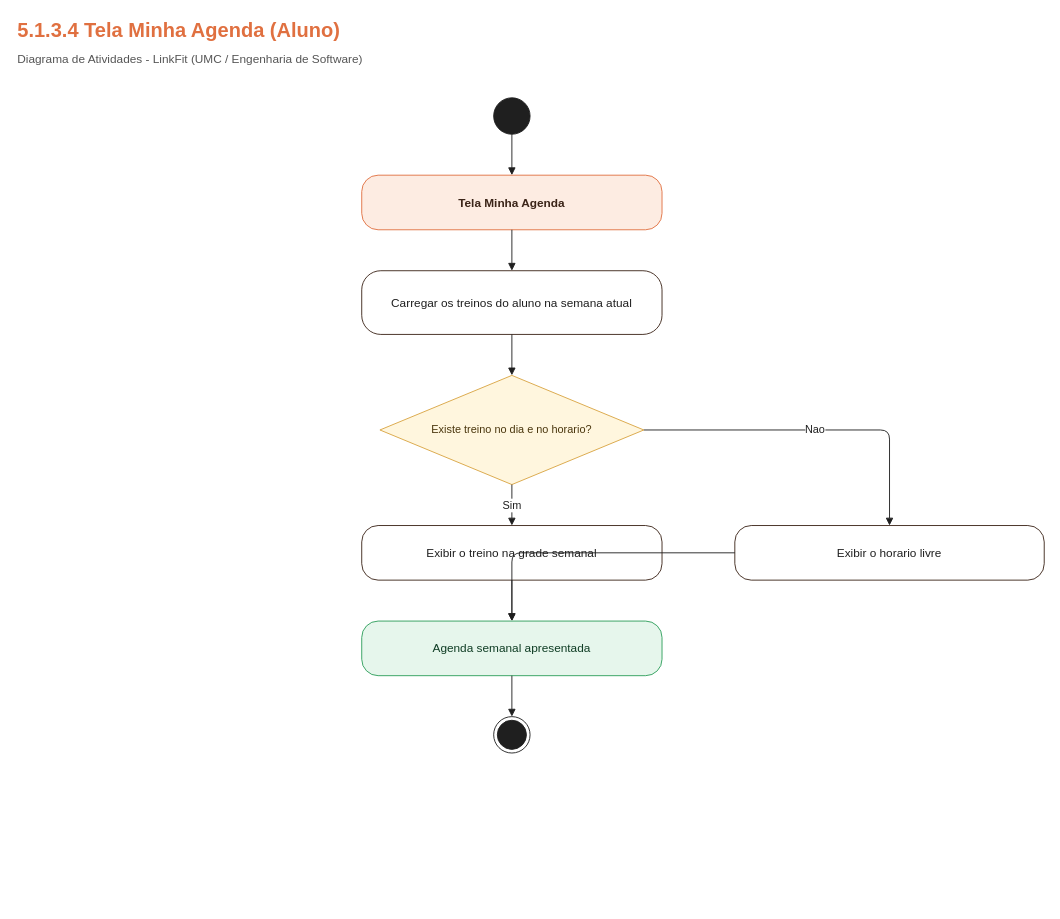
Before: page "5.1.3.4 - Tela Meus Alunos (consulta)" (5 of 10) of docs/diagramas/linkfit-diagramas.drawio in kl1nnn/LinkFit, a draw.io diagram. Source tidied: cells renumbered, new cells numbered last; positions are measured from the earlier drawing's top-left corner, leaving out a move shared by most shapes. Both pictures are drawn from the tidied source at 91%, with x=0, y=0 at pixel (15, 15).
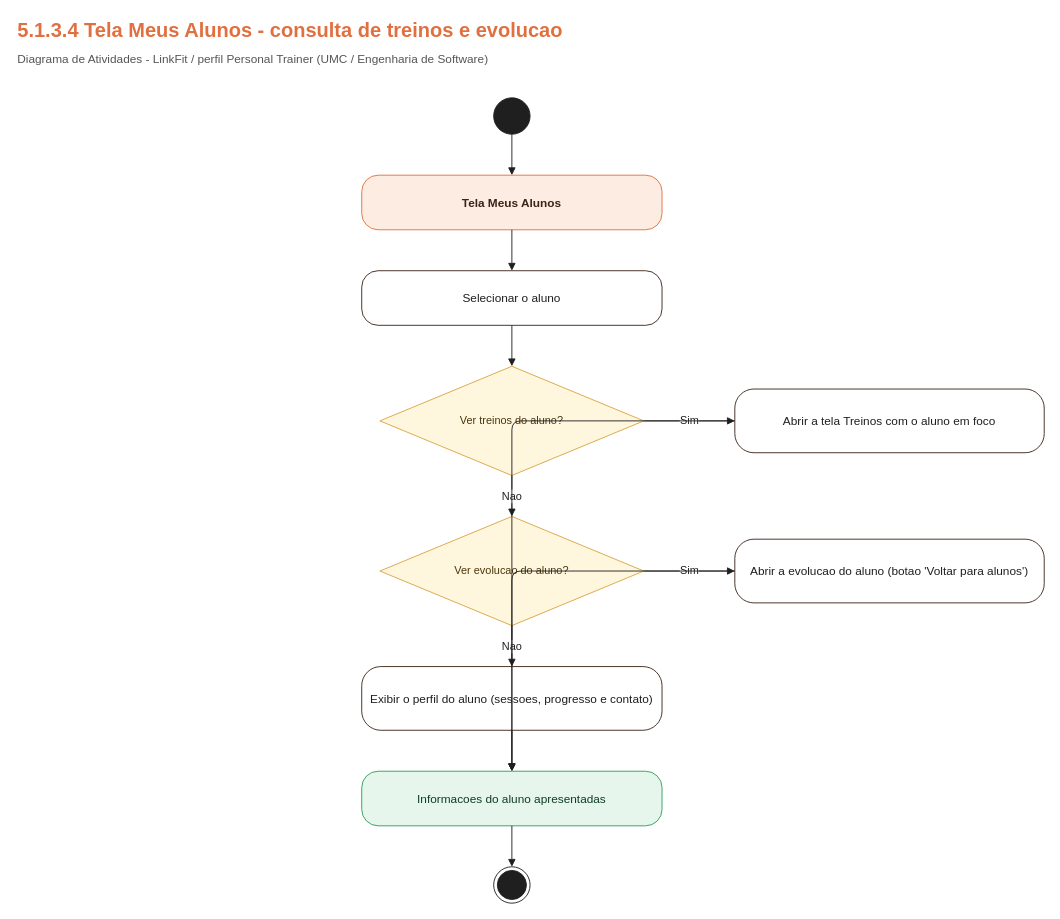
The same diagram, later.

Unchanged cells that the change refers to:
```xml
<mxCell id="4" style="ellipse;html=1;fillColor=#1F1F1F;strokeColor=#1F1F1F;" parent="1" vertex="1">
  <mxGeometry x="525" y="90" width="40" height="40" as="geometry" />
</mxCell>
```

What changed in the source:
```diff
@@
-    <mxCell id="2" value="5.1.3.4  Tela Minha Agenda (Aluno)" style="text;html=1;strokeColor=none;fillColor=none;align=left;verticalAlign=middle;fontSize=22;fontStyle=1;fontColor=#E07040;" parent="1" vertex="1">
+    <mxCell id="2" value="5.1.3.4  Tela Meus Alunos - consulta de treinos e evolucao" style="text;html=1;strokeColor=none;fillColor=none;align=left;verticalAlign=middle;fontSize=22;fontStyle=1;fontColor=#E07040;" parent="1" vertex="1">
       <mxGeometry width="900" height="34" as="geometry" />
     </mxCell>
-    <mxCell id="3" value="Diagrama de Atividades - LinkFit (UMC / Engenharia de Software)" style="text;html=1;strokeColor=none;fillColor=none;align=left;verticalAlign=middle;fontSize=13;fontColor=#555555;" parent="1" vertex="1">
+    <mxCell id="3" value="Diagrama de Atividades - LinkFit / perfil Personal Trainer (UMC / Engenharia de Software)" style="text;html=1;strokeColor=none;fillColor=none;align=left;verticalAlign=middle;fontSize=13;fontColor=#555555;" parent="1" vertex="1">
       <mxGeometry y="34" width="1000" height="26" as="geometry" />
     </mxCell>
@@
-    <mxCell id="5" value="Tela Minha Agenda" style="rounded=1;whiteSpace=wrap;html=1;arcSize=30;fontSize=13;fontStyle=1;fillColor=#FDECE2;strokeColor=#E07040;fontColor=#3B2418;" parent="1" vertex="1">
+    <mxCell id="5" value="Tela Meus Alunos" style="rounded=1;whiteSpace=wrap;html=1;arcSize=30;fontSize=13;fontStyle=1;fillColor=#FDECE2;strokeColor=#E07040;fontColor=#3B2418;" parent="1" vertex="1">
       <mxGeometry x="380" y="175" width="330" height="60" as="geometry" />
     </mxCell>
-    <mxCell id="6" value="Carregar os treinos do aluno na semana atual" style="rounded=1;whiteSpace=wrap;html=1;arcSize=30;fontSize=13;fillColor=#FFFFFF;strokeColor=#3B2418;fontColor=#1F1F1F;" parent="1" vertex="1">
-      <mxGeometry x="380" y="280" width="330" height="70" as="geometry" />
+    <mxCell id="6" value="Selecionar o aluno" style="rounded=1;whiteSpace=wrap;html=1;arcSize=30;fontSize=13;fillColor=#FFFFFF;strokeColor=#3B2418;fontColor=#1F1F1F;" parent="1" vertex="1">
+      <mxGeometry x="380" y="280" width="330" height="60" as="geometry" />
     </mxCell>
-    <mxCell id="7" value="Existe treino no dia e no horario?" style="rhombus;whiteSpace=wrap;html=1;fontSize=12;fillColor=#FFF6DE;strokeColor=#D9A441;fontColor=#4A360D;" parent="1" vertex="1">
-      <mxGeometry x="400" y="395" width="290" height="120" as="geometry" />
+    <mxCell id="7" value="Ver treinos do aluno?" style="rhombus;whiteSpace=wrap;html=1;fontSize=12;fillColor=#FFF6DE;strokeColor=#D9A441;fontColor=#4A360D;" parent="1" vertex="1">
+      <mxGeometry x="400" y="385" width="290" height="120" as="geometry" />
     </mxCell>
-    <mxCell id="8" value="Exibir o treino na grade semanal" style="rounded=1;whiteSpace=wrap;html=1;arcSize=30;fontSize=13;fillColor=#FFFFFF;strokeColor=#3B2418;fontColor=#1F1F1F;" parent="1" vertex="1">
-      <mxGeometry x="380" y="560" width="330" height="60" as="geometry" />
+    <mxCell id="8" value="Ver evolucao do aluno?" style="rhombus;whiteSpace=wrap;html=1;fontSize=12;fillColor=#FFF6DE;strokeColor=#D9A441;fontColor=#4A360D;" parent="1" vertex="1">
+      <mxGeometry x="400" y="550" width="290" height="120" as="geometry" />
     </mxCell>
-    <mxCell id="9" value="Agenda semanal apresentada" style="rounded=1;whiteSpace=wrap;html=1;arcSize=30;fontSize=13;fillColor=#E6F6EC;strokeColor=#2E9E5B;fontColor=#0F3D24;" parent="1" vertex="1">
-      <mxGeometry x="380" y="665" width="330" height="60" as="geometry" />
+    <mxCell id="9" value="Exibir o perfil do aluno (sessoes, progresso e contato)" style="rounded=1;whiteSpace=wrap;html=1;arcSize=30;fontSize=13;fillColor=#FFFFFF;strokeColor=#3B2418;fontColor=#1F1F1F;" parent="1" vertex="1">
+      <mxGeometry x="380" y="715" width="330" height="70" as="geometry" />
     </mxCell>
-    <mxCell id="10" style="ellipse;shape=endState;html=1;fillColor=#1F1F1F;strokeColor=#1F1F1F;" parent="1" vertex="1">
-      <mxGeometry x="525" y="770" width="40" height="40" as="geometry" />
+    <mxCell id="10" value="Informacoes do aluno apresentadas" style="rounded=1;whiteSpace=wrap;html=1;arcSize=30;fontSize=13;fillColor=#E6F6EC;strokeColor=#2E9E5B;fontColor=#0F3D24;" parent="1" vertex="1">
+      <mxGeometry x="380" y="830" width="330" height="60" as="geometry" />
     </mxCell>
-    <mxCell id="11" value="Exibir o horario livre" style="rounded=1;whiteSpace=wrap;html=1;arcSize=30;fontSize=13;fillColor=#FFFFFF;strokeColor=#3B2418;fontColor=#1F1F1F;" parent="1" vertex="1">
-      <mxGeometry x="790" y="560" width="340" height="60" as="geometry" />
+    <mxCell id="11" style="ellipse;shape=endState;html=1;fillColor=#1F1F1F;strokeColor=#1F1F1F;" parent="1" vertex="1">
+      <mxGeometry x="525" y="935" width="40" height="40" as="geometry" />
     </mxCell>
-    <mxCell id="12" style="edgeStyle=orthogonalEdgeStyle;rounded=1;html=1;endArrow=block;endFill=1;strokeColor=#1F1F1F;fontSize=12;fontColor=#1F1F1F;labelBackgroundColor=#FFFFFF;" parent="1" edge="1" source="4" target="5">
-      <mxGeometry relative="1" as="geometry" />
+    <mxCell id="12" value="Abrir a tela Treinos com o aluno em foco" style="rounded=1;whiteSpace=wrap;html=1;arcSize=30;fontSize=13;fillColor=#FFFFFF;strokeColor=#3B2418;fontColor=#1F1F1F;" parent="1" vertex="1">
+      <mxGeometry x="790" y="410" width="340" height="70" as="geometry" />
     </mxCell>
-    <mxCell id="13" style="edgeStyle=orthogonalEdgeStyle;rounded=1;html=1;endArrow=block;endFill=1;strokeColor=#1F1F1F;fontSize=12;fontColor=#1F1F1F;labelBackgroundColor=#FFFFFF;" parent="1" edge="1" source="5" target="6">
-      <mxGeometry relative="1" as="geometry" />
+    <mxCell id="13" value="Abrir a evolucao do aluno (botao 'Voltar para alunos')" style="rounded=1;whiteSpace=wrap;html=1;arcSize=30;fontSize=13;fillColor=#FFFFFF;strokeColor=#3B2418;fontColor=#1F1F1F;" parent="1" vertex="1">
+      <mxGeometry x="790" y="575" width="340" height="70" as="geometry" />
     </mxCell>
-    <mxCell id="14" style="edgeStyle=orthogonalEdgeStyle;rounded=1;html=1;endArrow=block;endFill=1;strokeColor=#1F1F1F;fontSize=12;fontColor=#1F1F1F;labelBackgroundColor=#FFFFFF;" parent="1" edge="1" source="6" target="7">
+    <mxCell id="14" style="edgeStyle=orthogonalEdgeStyle;rounded=1;html=1;endArrow=block;endFill=1;strokeColor=#1F1F1F;fontSize=12;fontColor=#1F1F1F;labelBackgroundColor=#FFFFFF;" parent="1" edge="1" source="4" target="5">
       <mxGeometry relative="1" as="geometry" />
     </mxCell>
-    <mxCell id="15" value="Sim" style="edgeStyle=orthogonalEdgeStyle;rounded=1;html=1;endArrow=block;endFill=1;strokeColor=#1F1F1F;fontSize=12;fontColor=#1F1F1F;labelBackgroundColor=#FFFFFF;" parent="1" edge="1" source="7" target="8">
+    <mxCell id="15" style="edgeStyle=orthogonalEdgeStyle;rounded=1;html=1;endArrow=block;endFill=1;strokeColor=#1F1F1F;fontSize=12;fontColor=#1F1F1F;labelBackgroundColor=#FFFFFF;" parent="1" edge="1" source="5" target="6">
       <mxGeometry relative="1" as="geometry" />
     </mxCell>
-    <mxCell id="16" value="Nao" style="edgeStyle=orthogonalEdgeStyle;rounded=1;html=1;endArrow=block;endFill=1;strokeColor=#1F1F1F;fontSize=12;fontColor=#1F1F1F;labelBackgroundColor=#FFFFFF;exitX=1;exitY=0.5;exitDx=0;exitDy=0;entryX=0.5;entryY=0;entryDx=0;entryDy=0;" parent="1" edge="1" source="7" target="11">
-      <mxGeometry relative="1" as="geometry">
-        <Array as="points">
-          <mxPoint x="960" y="455" />
-        </Array>
-      </mxGeometry>
+    <mxCell id="16" style="edgeStyle=orthogonalEdgeStyle;rounded=1;html=1;endArrow=block;endFill=1;strokeColor=#1F1F1F;fontSize=12;fontColor=#1F1F1F;labelBackgroundColor=#FFFFFF;" parent="1" edge="1" source="6" target="7">
+      <mxGeometry relative="1" as="geometry" />
     </mxCell>
-    <mxCell id="17" style="edgeStyle=orthogonalEdgeStyle;rounded=1;html=1;endArrow=block;endFill=1;strokeColor=#1F1F1F;fontSize=12;fontColor=#1F1F1F;labelBackgroundColor=#FFFFFF;" parent="1" edge="1" source="8" target="9">
+    <mxCell id="17" value="Sim" style="edgeStyle=orthogonalEdgeStyle;rounded=1;html=1;endArrow=block;endFill=1;strokeColor=#1F1F1F;fontSize=12;fontColor=#1F1F1F;labelBackgroundColor=#FFFFFF;" parent="1" edge="1" source="7" target="12">
       <mxGeometry relative="1" as="geometry" />
     </mxCell>
-    <mxCell id="18" style="edgeStyle=orthogonalEdgeStyle;rounded=1;html=1;endArrow=block;endFill=1;strokeColor=#1F1F1F;fontSize=12;fontColor=#1F1F1F;labelBackgroundColor=#FFFFFF;" parent="1" edge="1" source="11" target="9">
+    <mxCell id="18" value="Nao" style="edgeStyle=orthogonalEdgeStyle;rounded=1;html=1;endArrow=block;endFill=1;strokeColor=#1F1F1F;fontSize=12;fontColor=#1F1F1F;labelBackgroundColor=#FFFFFF;" parent="1" edge="1" source="7" target="8">
       <mxGeometry relative="1" as="geometry" />
     </mxCell>
-    <mxCell id="19" style="edgeStyle=orthogonalEdgeStyle;rounded=1;html=1;endArrow=block;endFill=1;strokeColor=#1F1F1F;fontSize=12;fontColor=#1F1F1F;labelBackgroundColor=#FFFFFF;" parent="1" edge="1" source="9" target="10">
+    <mxCell id="19" value="Sim" style="edgeStyle=orthogonalEdgeStyle;rounded=1;html=1;endArrow=block;endFill=1;strokeColor=#1F1F1F;fontSize=12;fontColor=#1F1F1F;labelBackgroundColor=#FFFFFF;" parent="1" edge="1" source="8" target="13">
       <mxGeometry relative="1" as="geometry" />
     </mxCell>
+    <mxCell id="20" value="Nao" style="edgeStyle=orthogonalEdgeStyle;rounded=1;html=1;endArrow=block;endFill=1;strokeColor=#1F1F1F;fontSize=12;fontColor=#1F1F1F;labelBackgroundColor=#FFFFFF;" parent="1" edge="1" source="8" target="9">
+      <mxGeometry relative="1" as="geometry" />
+    </mxCell>
+    <mxCell id="21" style="edgeStyle=orthogonalEdgeStyle;rounded=1;html=1;endArrow=block;endFill=1;strokeColor=#1F1F1F;fontSize=12;fontColor=#1F1F1F;labelBackgroundColor=#FFFFFF;" parent="1" edge="1" source="9" target="10">
+      <mxGeometry relative="1" as="geometry" />
+    </mxCell>
+    <mxCell id="22" style="edgeStyle=orthogonalEdgeStyle;rounded=1;html=1;endArrow=block;endFill=1;strokeColor=#1F1F1F;fontSize=12;fontColor=#1F1F1F;labelBackgroundColor=#FFFFFF;" parent="1" edge="1" source="12" target="10">
+      <mxGeometry relative="1" as="geometry" />
+    </mxCell>
+    <mxCell id="23" style="edgeStyle=orthogonalEdgeStyle;rounded=1;html=1;endArrow=block;endFill=1;strokeColor=#1F1F1F;fontSize=12;fontColor=#1F1F1F;labelBackgroundColor=#FFFFFF;" parent="1" edge="1" source="13" target="10">
+      <mxGeometry relative="1" as="geometry" />
+    </mxCell>
+    <mxCell id="24" style="edgeStyle=orthogonalEdgeStyle;rounded=1;html=1;endArrow=block;endFill=1;strokeColor=#1F1F1F;fontSize=12;fontColor=#1F1F1F;labelBackgroundColor=#FFFFFF;" parent="1" edge="1" source="10" target="11">
+      <mxGeometry relative="1" as="geometry" />
+    </mxCell>
```
